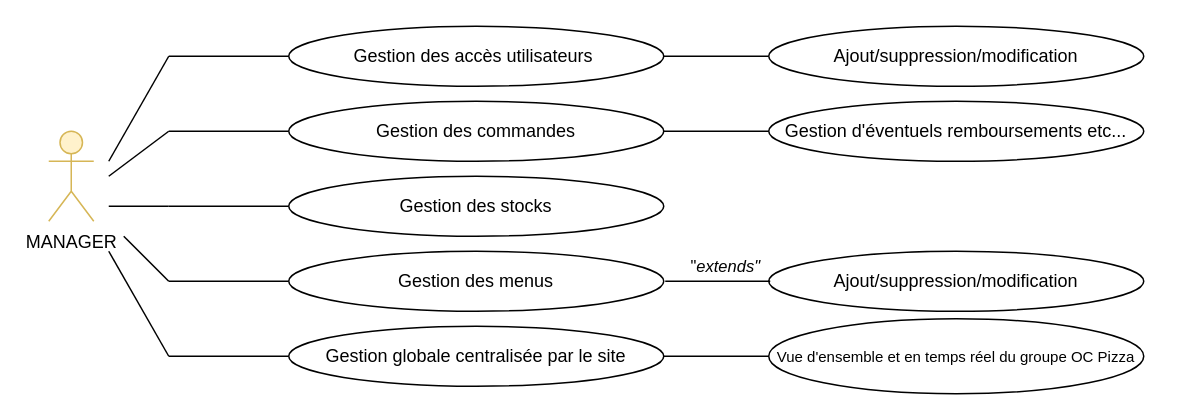
Above: Manager.drawio in OMorlotti/P4-analyser-les-besoin-de-mon-client-pour-son-groupe-de-pizzerias (draw.io), before the change. Source tidied: cells renumbered, new cells numbered last; positions are measured from the earlier drawing's top-left corner, leaving out a move shared by most shapes. Both pictures are drawn from the tidied source at 150%, with x=0, y=0 at pixel (48, 26).
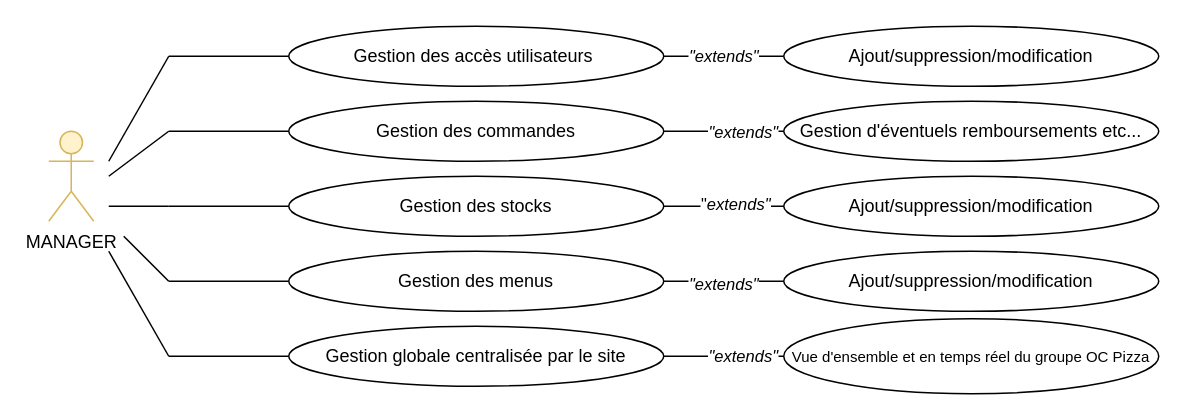
The same page after the edit.

Unchanged cells that the change refers to:
```xml
<mxCell id="3" value="Gestion des accès utilisateurs&amp;nbsp;" style="ellipse;whiteSpace=wrap;html=1;" parent="1" vertex="1">
  <mxGeometry x="160" width="250" height="40" as="geometry" />
</mxCell>
<mxCell id="11" value="Gestion des stocks" style="ellipse;whiteSpace=wrap;html=1;" parent="1" vertex="1">
  <mxGeometry x="160" y="100" width="250" height="40" as="geometry" />
</mxCell>
<mxCell id="12" value="Gestion des menus" style="ellipse;whiteSpace=wrap;html=1;" parent="1" vertex="1">
  <mxGeometry x="160" y="150" width="250" height="40" as="geometry" />
</mxCell>
<mxCell id="18" style="endArrow=none;html=1;entryX=0;entryY=0.5;entryDx=0;entryDy=0;exitX=1;exitY=0.5;exitDx=0;exitDy=0;" parent="1" edge="1" source="10" target="16">
  <mxGeometry relative="1" as="geometry" />
</mxCell>
<mxCell id="25" style="endArrow=none;html=1;entryX=0;entryY=0.5;entryDx=0;entryDy=0;" parent="1" edge="1" target="24">
  <mxGeometry relative="1" as="geometry">
    <mxPoint x="410" y="220" as="sourcePoint" />
  </mxGeometry>
</mxCell>
```

Change to the diagram source:
```diff
@@
+    <mxCell id="26" style="edgeStyle=orthogonalEdgeStyle;rounded=0;jettySize=auto;html=1;endArrow=none;endFill=0;" parent="1" edge="1" source="11" target="31">
+      <mxGeometry relative="1" as="geometry" />
+    </mxCell>
+    <mxCell id="19" value="&quot;&lt;i&gt;extends&quot;&lt;/i&gt;" style="edgeLabel;html=1;align=center;verticalAlign=middle;" parent="26" vertex="1">
+      <mxGeometry x="0.17" y="2" relative="1" as="geometry" />
+    </mxCell>
@@
+    <mxCell id="27" style="edgeStyle=orthogonalEdgeStyle;rounded=0;jettySize=auto;html=1;entryX=0;entryY=0.5;entryDx=0;entryDy=0;endArrow=none;endFill=0;" parent="1" edge="1" source="12" target="17">
+      <mxGeometry relative="1" as="geometry" />
+    </mxCell>
+    <mxCell id="28" value="&lt;i&gt;&quot;extends&quot;&lt;/i&gt;" style="edgeLabel;html=1;align=center;verticalAlign=middle;" parent="27" vertex="1">
+      <mxGeometry x="-0.03" y="-1" relative="1" as="geometry" />
+    </mxCell>
@@
-    <mxCell id="14" style="endArrow=none;html=1;entryX=0;entryY=0.5;entryDx=0;entryDy=0;exitX=1;exitY=0.5;exitDx=0;exitDy=0;" parent="1" edge="1" source="3" target="15">
+    <mxCell id="14" value="&lt;i&gt;&quot;extends&quot;&lt;/i&gt;" style="endArrow=none;html=1;entryX=0;entryY=0.5;entryDx=0;entryDy=0;exitX=1;exitY=0.5;exitDx=0;exitDy=0;" parent="1" edge="1" source="3" target="15">
       <mxGeometry relative="1" as="geometry" />
     </mxCell>
     <mxCell id="15" value="Ajout/suppression/modification" style="ellipse;whiteSpace=wrap;html=1;" parent="1" vertex="1">
-      <mxGeometry x="480" width="250" height="40" as="geometry" />
+      <mxGeometry x="490" width="250" height="40" as="geometry" />
     </mxCell>
     <mxCell id="16" value="Gestion d'éventuels remboursements etc..." style="ellipse;whiteSpace=wrap;html=1;" parent="1" vertex="1">
-      <mxGeometry x="480" y="50" width="250" height="40" as="geometry" />
+      <mxGeometry x="490" y="50" width="250" height="40" as="geometry" />
     </mxCell>
     <mxCell id="17" value="Ajout/suppression/modification" style="ellipse;whiteSpace=wrap;html=1;" parent="1" vertex="1">
-      <mxGeometry x="480" y="150" width="250" height="40" as="geometry" />
+      <mxGeometry x="490" y="150" width="250" height="40" as="geometry" />
     </mxCell>
@@
-    <mxCell id="19" value="&quot;&lt;i&gt;extends&quot;&lt;br&gt;&lt;/i&gt;" style="endArrow=none;html=1;entryX=0;entryY=0.5;entryDx=0;entryDy=0;exitX=1;exitY=0.5;exitDx=0;exitDy=0;" parent="1" edge="1">
-      <mxGeometry x="0.14" y="10" relative="1" as="geometry">
-        <mxPoint x="411" y="170" as="sourcePoint" />
-        <mxPoint x="481" y="170" as="targetPoint" />
-      </mxGeometry>
-    </mxCell>
+    <mxCell id="29" value="&lt;i&gt;&quot;extends&quot;&lt;/i&gt;" style="edgeLabel;html=1;align=center;verticalAlign=middle;" parent="18" vertex="1">
+      <mxGeometry x="0.29" relative="1" as="geometry" />
+    </mxCell>
@@
     <mxCell id="24" value="&lt;font style=&quot;font-size: 10px&quot;&gt;Vue d'ensemble et en temps réel du groupe OC Pizza&lt;/font&gt;" style="ellipse;whiteSpace=wrap;html=1;" parent="1" vertex="1">
-      <mxGeometry x="480" y="195" width="250" height="50" as="geometry" />
+      <mxGeometry x="490" y="195" width="250" height="50" as="geometry" />
     </mxCell>
@@
+    <mxCell id="30" value="&lt;i&gt;&quot;extends&quot;&lt;/i&gt;" style="edgeLabel;html=1;align=center;verticalAlign=middle;" parent="25" vertex="1">
+      <mxGeometry x="0.29" y="1" relative="1" as="geometry" />
+    </mxCell>
+    <mxCell id="31" value="Ajout/suppression/modification" style="ellipse;whiteSpace=wrap;html=1;" parent="1" vertex="1">
+      <mxGeometry x="490" y="100" width="250" height="40" as="geometry" />
+    </mxCell>
```
